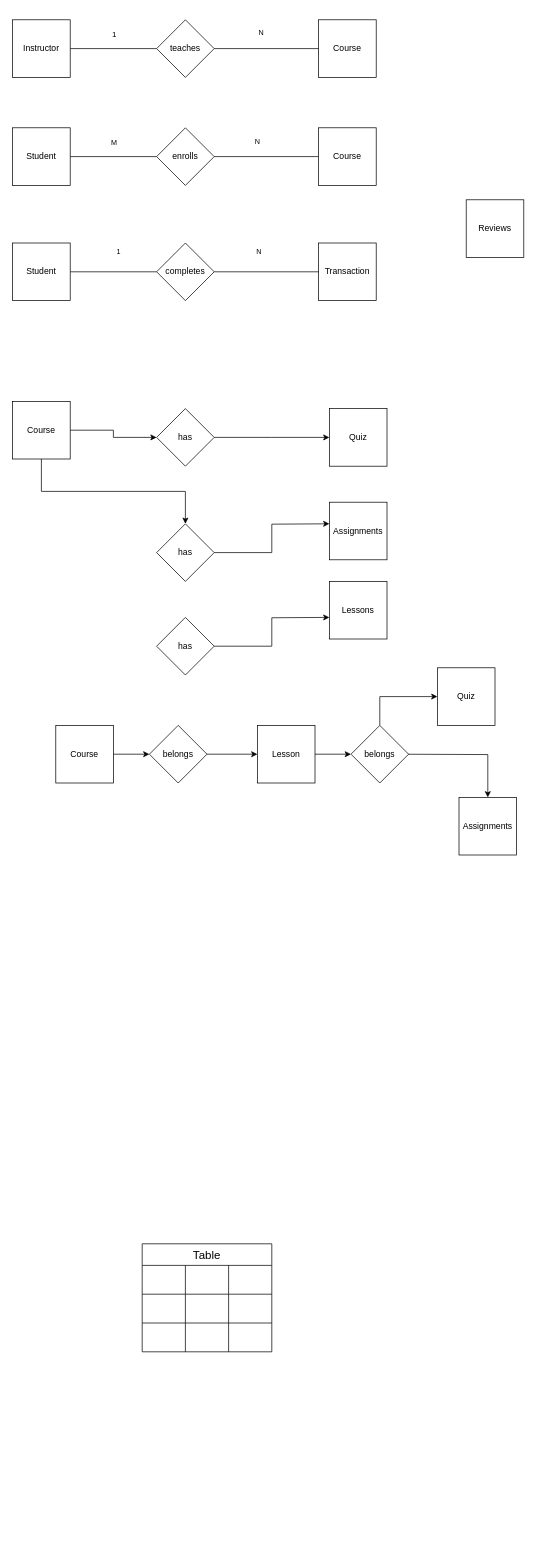
This is ER.drawio from charisvt/edulink, a draw.io file, before an edit. Source tidied: cells renumbered, new cells numbered last; positions are measured from the earlier drawing's top-left corner, leaving out a move shared by most shapes. Both pictures are drawn from the tidied source at 72%, with x=0, y=0 at pixel (12, 19).
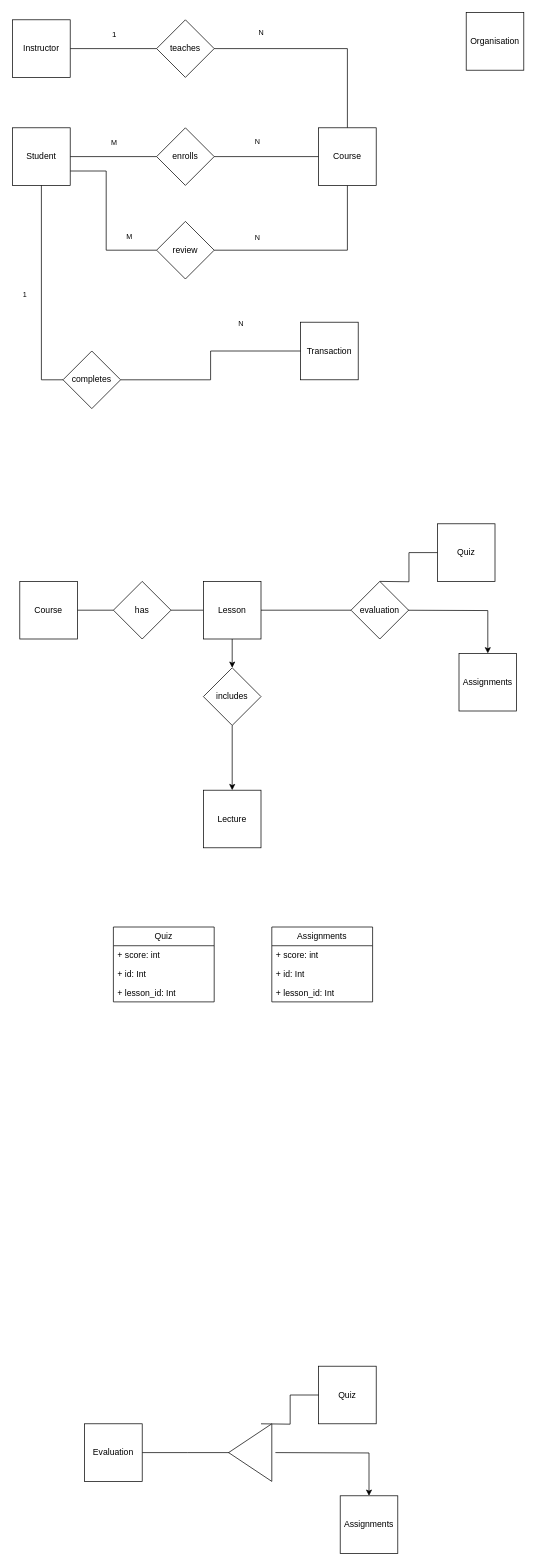
After the change.

The change refers to these unchanged cells:
```xml
<mxCell id="8" value="Student" style="whiteSpace=wrap;html=1;" parent="1" vertex="1">
  <mxGeometry y="150" width="80" height="80" as="geometry" />
</mxCell>
<mxCell id="33" value="teaches" style="rhombus;whiteSpace=wrap;html=1;" parent="1" vertex="1">
  <mxGeometry x="200" width="80" height="80" as="geometry" />
</mxCell>
<mxCell id="36" value="Course" style="whiteSpace=wrap;html=1;" parent="1" vertex="1">
  <mxGeometry x="425" y="150" width="80" height="80" as="geometry" />
</mxCell>
```

Diff of the diagram source:
```diff
@@
-    <mxCell id="4" style="edgeStyle=orthogonalEdgeStyle;rounded=0;jettySize=auto;html=1;" parent="1" edge="1" source="5">
-      <mxGeometry relative="1" as="geometry">
-        <mxPoint x="440" y="580" as="targetPoint" />
-      </mxGeometry>
-    </mxCell>
-    <mxCell id="5" value="has" style="rhombus;whiteSpace=wrap;html=1;" parent="1" vertex="1">
-      <mxGeometry x="200" y="540" width="80" height="80" as="geometry" />
-    </mxCell>
@@
+    <mxCell id="60" style="edgeStyle=orthogonalEdgeStyle;rounded=0;jettySize=auto;html=1;exitX=1;exitY=0.75;exitDx=0;exitDy=0;endArrow=none;endFill=0;" parent="1" edge="1" source="8" target="80">
+      <mxGeometry relative="1" as="geometry">
+        <Array as="points">
+          <mxPoint x="130" y="210" />
+        </Array>
+      </mxGeometry>
+    </mxCell>
@@
-    <mxCell id="9" value="Reviews" style="whiteSpace=wrap;html=1;" parent="1" vertex="1">
-      <mxGeometry x="630" y="250" width="80" height="80" as="geometry" />
-    </mxCell>
-    <mxCell id="10" value="Quiz" style="whiteSpace=wrap;html=1;" parent="1" vertex="1">
-      <mxGeometry x="440" y="540" width="80" height="80" as="geometry" />
-    </mxCell>
-    <mxCell id="11" value="Assignments" style="whiteSpace=wrap;html=1;" parent="1" vertex="1">
-      <mxGeometry x="440" y="670" width="80" height="80" as="geometry" />
-    </mxCell>
-    <mxCell id="12" value="Lessons" style="whiteSpace=wrap;html=1;" parent="1" vertex="1">
-      <mxGeometry x="440" y="780" width="80" height="80" as="geometry" />
-    </mxCell>
-    <mxCell id="13" style="edgeStyle=orthogonalEdgeStyle;rounded=0;jettySize=auto;html=1;" parent="1" edge="1" source="14" target="5">
-      <mxGeometry relative="1" as="geometry" />
-    </mxCell>
-    <mxCell id="14" value="Course" style="whiteSpace=wrap;html=1;" parent="1" vertex="1">
-      <mxGeometry y="530" width="80" height="80" as="geometry" />
-    </mxCell>
-    <mxCell id="15" style="edgeStyle=orthogonalEdgeStyle;rounded=0;jettySize=auto;html=1;" parent="1" edge="1" source="16">
-      <mxGeometry relative="1" as="geometry">
-        <mxPoint x="440" y="700" as="targetPoint" />
-      </mxGeometry>
-    </mxCell>
-    <mxCell id="16" value="has" style="rhombus;whiteSpace=wrap;html=1;" parent="1" vertex="1">
-      <mxGeometry x="200" y="700" width="80" height="80" as="geometry" />
-    </mxCell>
-    <mxCell id="17" style="edgeStyle=orthogonalEdgeStyle;rounded=0;jettySize=auto;html=1;exitX=0.5;exitY=1;exitDx=0;exitDy=0;" parent="1" edge="1" source="14" target="16">
-      <mxGeometry relative="1" as="geometry" />
-    </mxCell>
-    <mxCell id="18" style="edgeStyle=orthogonalEdgeStyle;rounded=0;jettySize=auto;html=1;" parent="1" edge="1" source="19">
-      <mxGeometry relative="1" as="geometry">
-        <mxPoint x="440" y="830" as="targetPoint" />
-      </mxGeometry>
-    </mxCell>
-    <mxCell id="19" value="has" style="rhombus;whiteSpace=wrap;html=1;" parent="1" vertex="1">
-      <mxGeometry x="200" y="830" width="80" height="80" as="geometry" />
-    </mxCell>
-    <mxCell id="20" value="belongs" style="rhombus;whiteSpace=wrap;html=1;" parent="1" vertex="1">
-      <mxGeometry x="190" y="980" width="80" height="80" as="geometry" />
+    <mxCell id="20" value="has" style="rhombus;whiteSpace=wrap;html=1;" parent="1" vertex="1">
+      <mxGeometry x="140" y="780" width="80" height="80" as="geometry" />
     </mxCell>
     <mxCell id="21" value="Quiz" style="whiteSpace=wrap;html=1;" parent="1" vertex="1">
-      <mxGeometry x="590" y="900" width="80" height="80" as="geometry" />
+      <mxGeometry x="590" y="700" width="80" height="80" as="geometry" />
     </mxCell>
     <mxCell id="22" value="Assignments" style="whiteSpace=wrap;html=1;" parent="1" vertex="1">
-      <mxGeometry x="620" y="1080" width="80" height="80" as="geometry" />
+      <mxGeometry x="620" y="880" width="80" height="80" as="geometry" />
     </mxCell>
-    <mxCell id="23" style="edgeStyle=orthogonalEdgeStyle;rounded=0;jettySize=auto;html=1;" parent="1" edge="1" source="24" target="20">
+    <mxCell id="23" style="edgeStyle=orthogonalEdgeStyle;rounded=0;jettySize=auto;html=1;endArrow=none;endFill=0;" parent="1" edge="1" source="24" target="20">
       <mxGeometry relative="1" as="geometry" />
     </mxCell>
     <mxCell id="24" value="Course" style="whiteSpace=wrap;html=1;" parent="1" vertex="1">
-      <mxGeometry x="60" y="980" width="80" height="80" as="geometry" />
+      <mxGeometry x="10" y="780" width="80" height="80" as="geometry" />
     </mxCell>
-    <mxCell id="25" style="edgeStyle=orthogonalEdgeStyle;rounded=0;jettySize=auto;html=1;" parent="1" edge="1" source="20" target="27">
+    <mxCell id="25" style="edgeStyle=orthogonalEdgeStyle;rounded=0;jettySize=auto;html=1;endArrow=none;endFill=0;" parent="1" edge="1" source="20" target="27">
       <mxGeometry relative="1" as="geometry" />
     </mxCell>
-    <mxCell id="26" style="edgeStyle=orthogonalEdgeStyle;rounded=0;jettySize=auto;html=1;entryX=1;entryY=0.5;entryDx=0;entryDy=0;" parent="1" edge="1" source="27">
+    <mxCell id="26" style="edgeStyle=orthogonalEdgeStyle;rounded=0;jettySize=auto;html=1;entryX=1;entryY=0.5;entryDx=0;entryDy=0;endArrow=none;endFill=0;" parent="1" edge="1" source="27">
       <mxGeometry relative="1" as="geometry">
-        <mxPoint x="470" y="1020" as="targetPoint" />
+        <mxPoint x="470" y="820" as="targetPoint" />
       </mxGeometry>
     </mxCell>
+    <mxCell id="61" style="edgeStyle=orthogonalEdgeStyle;rounded=0;jettySize=auto;html=1;" parent="1" edge="1" source="27" target="78">
+      <mxGeometry relative="1" as="geometry" />
+    </mxCell>
     <mxCell id="27" value="Lesson" style="whiteSpace=wrap;html=1;" parent="1" vertex="1">
-      <mxGeometry x="340" y="980" width="80" height="80" as="geometry" />
+      <mxGeometry x="265" y="780" width="80" height="80" as="geometry" />
     </mxCell>
     <mxCell id="28" style="edgeStyle=orthogonalEdgeStyle;rounded=0;jettySize=auto;html=1;exitX=0;exitY=0.5;exitDx=0;exitDy=0;entryX=0.5;entryY=0;entryDx=0;entryDy=0;" parent="1" edge="1" target="22">
       <mxGeometry relative="1" as="geometry">
-        <mxPoint x="530" y="1020" as="sourcePoint" />
+        <mxPoint x="530" y="820" as="sourcePoint" />
       </mxGeometry>
     </mxCell>
-    <mxCell id="29" style="edgeStyle=orthogonalEdgeStyle;rounded=0;jettySize=auto;html=1;exitX=0.5;exitY=0;exitDx=0;exitDy=0;" parent="1" edge="1" source="30" target="21">
-      <mxGeometry relative="1" as="geometry" />
+    <mxCell id="29" style="edgeStyle=orthogonalEdgeStyle;rounded=0;jettySize=auto;html=1;exitX=0.5;exitY=0;exitDx=0;exitDy=0;endArrow=none;endFill=0;" parent="1" edge="1" target="21">
+      <mxGeometry relative="1" as="geometry">
+        <mxPoint x="510" y="780" as="sourcePoint" />
+      </mxGeometry>
     </mxCell>
-    <mxCell id="30" value="belongs" style="rhombus;whiteSpace=wrap;html=1;" parent="1" vertex="1">
-      <mxGeometry x="470" y="980" width="80" height="80" as="geometry" />
-    </mxCell>
-    <mxCell id="31" value="Course" style="whiteSpace=wrap;html=1;" parent="1" vertex="1">
-      <mxGeometry x="425" width="80" height="80" as="geometry" />
-    </mxCell>
-    <mxCell id="32" style="edgeStyle=orthogonalEdgeStyle;rounded=0;jettySize=auto;html=1;exitX=1;exitY=0.5;exitDx=0;exitDy=0;entryX=0;entryY=0.5;entryDx=0;entryDy=0;endArrow=none;endFill=0;" parent="1" edge="1" source="33" target="31">
+    <mxCell id="32" style="edgeStyle=orthogonalEdgeStyle;rounded=0;jettySize=auto;html=1;exitX=1;exitY=0.5;exitDx=0;exitDy=0;endArrow=none;endFill=0;" parent="1" edge="1" source="33" target="36">
       <mxGeometry relative="1" as="geometry" />
     </mxCell>
@@
+    <mxCell id="62" style="edgeStyle=orthogonalEdgeStyle;rounded=0;jettySize=auto;html=1;endArrow=none;endFill=0;entryX=1;entryY=0.5;entryDx=0;entryDy=0;" parent="1" edge="1" source="36" target="80">
+      <mxGeometry relative="1" as="geometry">
+        <Array as="points">
+          <mxPoint x="465" y="320" />
+        </Array>
+      </mxGeometry>
+    </mxCell>
@@
-    <mxCell id="40" value="Table" style="shape=table;startSize=30;childLayout=tableLayout;strokeColor=default;fontSize=16;" parent="1" vertex="1">
-      <mxGeometry x="180" y="1700" width="180" height="150" as="geometry" />
-    </mxCell>
-    <mxCell id="41" style="shape=tableRow;horizontal=0;startSize=0;swimlaneHead=0;swimlaneBody=0;strokeColor=inherit;top=0;left=0;bottom=0;right=0;fillColor=none;fontSize=16;" parent="40" vertex="1">
-      <mxGeometry y="30" width="180" height="40" as="geometry" />
-    </mxCell>
-    <mxCell id="42" style="shape=partialRectangle;html=1;whiteSpace=wrap;strokeColor=inherit;overflow=hidden;fillColor=none;top=0;left=0;bottom=0;right=0;fontSize=16;" parent="41" vertex="1">
-      <mxGeometry width="60" height="40" as="geometry" />
-    </mxCell>
-    <mxCell id="43" style="shape=partialRectangle;html=1;whiteSpace=wrap;strokeColor=inherit;overflow=hidden;fillColor=none;top=0;left=0;bottom=0;right=0;fontSize=16;" parent="41" vertex="1">
-      <mxGeometry x="60" width="60" height="40" as="geometry" />
-    </mxCell>
-    <mxCell id="44" style="shape=partialRectangle;html=1;whiteSpace=wrap;strokeColor=inherit;overflow=hidden;fillColor=none;top=0;left=0;bottom=0;right=0;fontSize=16;" parent="41" vertex="1">
-      <mxGeometry x="120" width="60" height="40" as="geometry" />
-    </mxCell>
-    <mxCell id="45" style="shape=tableRow;horizontal=0;startSize=0;swimlaneHead=0;swimlaneBody=0;strokeColor=inherit;top=0;left=0;bottom=0;right=0;fillColor=none;fontSize=16;" parent="40" vertex="1">
-      <mxGeometry y="70" width="180" height="40" as="geometry" />
-    </mxCell>
-    <mxCell id="46" style="shape=partialRectangle;html=1;whiteSpace=wrap;strokeColor=inherit;overflow=hidden;fillColor=none;top=0;left=0;bottom=0;right=0;fontSize=16;" parent="45" vertex="1">
-      <mxGeometry width="60" height="40" as="geometry" />
-    </mxCell>
-    <mxCell id="47" style="shape=partialRectangle;html=1;whiteSpace=wrap;strokeColor=inherit;overflow=hidden;fillColor=none;top=0;left=0;bottom=0;right=0;fontSize=16;" parent="45" vertex="1">
-      <mxGeometry x="60" width="60" height="40" as="geometry" />
-    </mxCell>
-    <mxCell id="48" style="shape=partialRectangle;html=1;whiteSpace=wrap;strokeColor=inherit;overflow=hidden;fillColor=none;top=0;left=0;bottom=0;right=0;fontSize=16;" parent="45" vertex="1">
-      <mxGeometry x="120" width="60" height="40" as="geometry" />
-    </mxCell>
-    <mxCell id="49" style="shape=tableRow;horizontal=0;startSize=0;swimlaneHead=0;swimlaneBody=0;strokeColor=inherit;top=0;left=0;bottom=0;right=0;fillColor=none;fontSize=16;" parent="40" vertex="1">
-      <mxGeometry y="110" width="180" height="40" as="geometry" />
-    </mxCell>
-    <mxCell id="50" style="shape=partialRectangle;html=1;whiteSpace=wrap;strokeColor=inherit;overflow=hidden;fillColor=none;top=0;left=0;bottom=0;right=0;fontSize=16;" parent="49" vertex="1">
-      <mxGeometry width="60" height="40" as="geometry" />
-    </mxCell>
-    <mxCell id="51" style="shape=partialRectangle;html=1;whiteSpace=wrap;strokeColor=inherit;overflow=hidden;fillColor=none;top=0;left=0;bottom=0;right=0;fontSize=16;" parent="49" vertex="1">
-      <mxGeometry x="60" width="60" height="40" as="geometry" />
-    </mxCell>
-    <mxCell id="52" style="shape=partialRectangle;html=1;whiteSpace=wrap;strokeColor=inherit;overflow=hidden;fillColor=none;top=0;left=0;bottom=0;right=0;fontSize=16;" parent="49" vertex="1">
-      <mxGeometry x="120" width="60" height="40" as="geometry" />
-    </mxCell>
     <mxCell id="53" value="Transaction" style="whiteSpace=wrap;html=1;" parent="1" vertex="1">
-      <mxGeometry x="425" y="310" width="80" height="80" as="geometry" />
+      <mxGeometry x="400" y="420" width="80" height="80" as="geometry" />
     </mxCell>
     <mxCell id="54" value="&lt;font size=&quot;1&quot;&gt;1&lt;br&gt;&lt;/font&gt;" style="edgeLabel;html=1;align=center;verticalAlign=middle;" parent="1" vertex="1">
-      <mxGeometry x="230" y="230" as="geometry">
+      <mxGeometry x="100" y="290" as="geometry">
         <mxPoint x="-84" y="91" as="offset" />
       </mxGeometry>
     </mxCell>
-    <mxCell id="55" style="edgeStyle=orthogonalEdgeStyle;rounded=0;jettySize=auto;html=1;exitX=1;exitY=0.5;exitDx=0;exitDy=0;entryX=0;entryY=0.5;entryDx=0;entryDy=0;endArrow=none;endFill=0;" parent="1" edge="1" source="56" target="58">
-      <mxGeometry relative="1" as="geometry" />
+    <mxCell id="55" style="edgeStyle=orthogonalEdgeStyle;rounded=0;jettySize=auto;html=1;entryX=0;entryY=0.5;entryDx=0;entryDy=0;endArrow=none;endFill=0;" parent="1" edge="1" target="58">
+      <mxGeometry relative="1" as="geometry">
+        <mxPoint x="40" y="230" as="sourcePoint" />
+        <Array as="points">
+          <mxPoint x="40" y="500" />
+        </Array>
+      </mxGeometry>
     </mxCell>
-    <mxCell id="56" value="Student" style="whiteSpace=wrap;html=1;" parent="1" vertex="1">
-      <mxGeometry y="310" width="80" height="80" as="geometry" />
-    </mxCell>
@@
     <mxCell id="58" value="completes" style="rhombus;whiteSpace=wrap;html=1;" parent="1" vertex="1">
-      <mxGeometry x="200" y="310" width="80" height="80" as="geometry" />
+      <mxGeometry x="70" y="460" width="80" height="80" as="geometry" />
     </mxCell>
     <mxCell id="59" value="&lt;font size=&quot;1&quot;&gt;N&lt;br&gt;&lt;/font&gt;" style="edgeLabel;html=1;align=center;verticalAlign=middle;" parent="1" vertex="1">
-      <mxGeometry x="425" y="230" as="geometry">
+      <mxGeometry x="400" y="330" as="geometry">
         <mxPoint x="-84" y="91" as="offset" />
       </mxGeometry>
     </mxCell>
+    <mxCell id="63" value="Quiz" style="swimlane;fontStyle=0;horizontal=1;startSize=26;fillColor=none;whiteSpace=wrap;html=1;" parent="1" vertex="1">
+      <mxGeometry x="140" y="1260" width="140" height="104" as="geometry" />
+    </mxCell>
+    <mxCell id="64" value="+ score: int" style="text;strokeColor=none;fillColor=none;align=left;verticalAlign=top;spacingLeft=4;spacingRight=4;overflow=hidden;whiteSpace=wrap;html=1;" parent="63" vertex="1">
+      <mxGeometry y="26" width="140" height="26" as="geometry" />
+    </mxCell>
+    <mxCell id="65" value="+ id: Int" style="text;strokeColor=none;fillColor=none;align=left;verticalAlign=top;spacingLeft=4;spacingRight=4;overflow=hidden;whiteSpace=wrap;html=1;" parent="63" vertex="1">
+      <mxGeometry y="52" width="140" height="26" as="geometry" />
+    </mxCell>
+    <mxCell id="66" value="+ lesson_id: Int" style="text;strokeColor=none;fillColor=none;align=left;verticalAlign=top;spacingLeft=4;spacingRight=4;overflow=hidden;whiteSpace=wrap;html=1;" parent="63" vertex="1">
+      <mxGeometry y="78" width="140" height="26" as="geometry" />
+    </mxCell>
+    <mxCell id="67" value="Assignments" style="swimlane;fontStyle=0;horizontal=1;startSize=26;fillColor=none;whiteSpace=wrap;html=1;" parent="1" vertex="1">
+      <mxGeometry x="360" y="1260" width="140" height="104" as="geometry" />
+    </mxCell>
+    <mxCell id="68" value="+ score: int" style="text;strokeColor=none;fillColor=none;align=left;verticalAlign=top;spacingLeft=4;spacingRight=4;overflow=hidden;whiteSpace=wrap;html=1;" parent="67" vertex="1">
+      <mxGeometry y="26" width="140" height="26" as="geometry" />
+    </mxCell>
+    <mxCell id="69" value="+ id: Int" style="text;strokeColor=none;fillColor=none;align=left;verticalAlign=top;spacingLeft=4;spacingRight=4;overflow=hidden;whiteSpace=wrap;html=1;" parent="67" vertex="1">
+      <mxGeometry y="52" width="140" height="26" as="geometry" />
+    </mxCell>
+    <mxCell id="70" value="+ lesson_id: Int" style="text;strokeColor=none;fillColor=none;align=left;verticalAlign=top;spacingLeft=4;spacingRight=4;overflow=hidden;whiteSpace=wrap;html=1;" parent="67" vertex="1">
+      <mxGeometry y="78" width="140" height="26" as="geometry" />
+    </mxCell>
+    <mxCell id="10" value="Quiz" style="whiteSpace=wrap;html=1;" parent="1" vertex="1">
+      <mxGeometry x="425" y="1870" width="80" height="80" as="geometry" />
+    </mxCell>
+    <mxCell id="11" value="Assignments" style="whiteSpace=wrap;html=1;" parent="1" vertex="1">
+      <mxGeometry x="455" y="2050" width="80" height="80" as="geometry" />
+    </mxCell>
+    <mxCell id="71" style="edgeStyle=orthogonalEdgeStyle;rounded=0;jettySize=auto;html=1;entryX=1;entryY=0.5;entryDx=0;entryDy=0;endArrow=none;endFill=0;" parent="1" edge="1" source="72">
+      <mxGeometry relative="1" as="geometry">
+        <mxPoint x="305" y="1990" as="targetPoint" />
+      </mxGeometry>
+    </mxCell>
+    <mxCell id="72" value="Evaluation" style="whiteSpace=wrap;html=1;" parent="1" vertex="1">
+      <mxGeometry x="100" y="1950" width="80" height="80" as="geometry" />
+    </mxCell>
+    <mxCell id="73" style="edgeStyle=orthogonalEdgeStyle;rounded=0;jettySize=auto;html=1;exitX=0;exitY=0.5;exitDx=0;exitDy=0;entryX=0.5;entryY=0;entryDx=0;entryDy=0;" parent="1" edge="1" target="11">
+      <mxGeometry relative="1" as="geometry">
+        <mxPoint x="365" y="1990" as="sourcePoint" />
+      </mxGeometry>
+    </mxCell>
+    <mxCell id="74" style="edgeStyle=orthogonalEdgeStyle;rounded=0;jettySize=auto;html=1;exitX=0.5;exitY=0;exitDx=0;exitDy=0;endArrow=none;endFill=0;" parent="1" edge="1" target="10">
+      <mxGeometry relative="1" as="geometry">
+        <mxPoint x="345" y="1950" as="sourcePoint" />
+      </mxGeometry>
+    </mxCell>
+    <mxCell id="75" style="triangle;whiteSpace=wrap;html=1;direction=west;" parent="1" vertex="1">
+      <mxGeometry x="300" y="1950" width="60" height="80" as="geometry" />
+    </mxCell>
+    <mxCell id="76" value="evaluation" style="rhombus;whiteSpace=wrap;html=1;" parent="1" vertex="1">
+      <mxGeometry x="470" y="780" width="80" height="80" as="geometry" />
+    </mxCell>
+    <mxCell id="77" style="edgeStyle=orthogonalEdgeStyle;rounded=0;jettySize=auto;html=1;entryX=0.5;entryY=0;entryDx=0;entryDy=0;" parent="1" edge="1" source="78" target="79">
+      <mxGeometry relative="1" as="geometry" />
+    </mxCell>
+    <mxCell id="78" value="includes" style="rhombus;whiteSpace=wrap;html=1;" parent="1" vertex="1">
+      <mxGeometry x="265" y="900" width="80" height="80" as="geometry" />
+    </mxCell>
+    <mxCell id="79" value="Lecture" style="whiteSpace=wrap;html=1;" parent="1" vertex="1">
+      <mxGeometry x="265" y="1070" width="80" height="80" as="geometry" />
+    </mxCell>
+    <mxCell id="80" value="review" style="rhombus;whiteSpace=wrap;html=1;" parent="1" vertex="1">
+      <mxGeometry x="200" y="280" width="80" height="80" as="geometry" />
+    </mxCell>
+    <mxCell id="81" value="&lt;font size=&quot;1&quot;&gt;M&lt;br&gt;&lt;/font&gt;" style="edgeLabel;html=1;align=center;verticalAlign=middle;" parent="1" vertex="1">
+      <mxGeometry x="160" y="170" as="geometry">
+        <mxPoint x="1" y="130" as="offset" />
+      </mxGeometry>
+    </mxCell>
+    <mxCell id="82" value="&lt;font size=&quot;1&quot;&gt;N&lt;br&gt;&lt;/font&gt;" style="edgeLabel;html=1;align=center;verticalAlign=middle;" parent="1" vertex="1">
+      <mxGeometry x="355" y="180" as="geometry">
+        <mxPoint x="-16" y="121" as="offset" />
+      </mxGeometry>
+    </mxCell>
+    <mxCell id="83" value="Organisation" style="whiteSpace=wrap;html=1;" parent="1" vertex="1">
+      <mxGeometry x="630" y="-10" width="80" height="80" as="geometry" />
+    </mxCell>
```
